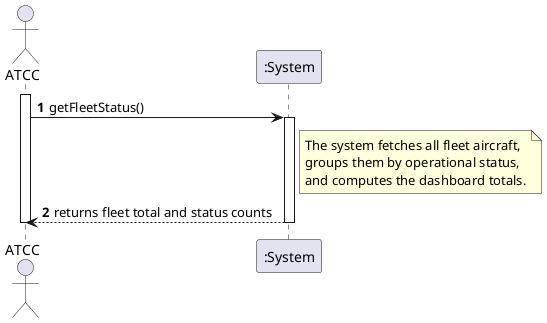
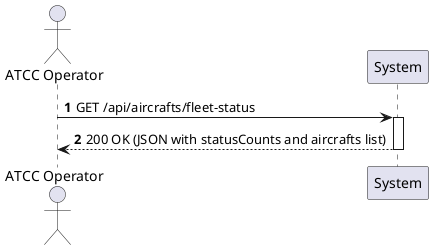
@startuml
autonumber
- actor "ATCC" as ATCC
- participant ":System" as System
+ actor "ATCC Operator" as ATCC
+ participant "System" as System

- activate ATCC
- ATCC -> System : getFleetStatus()
+ ATCC -> System: GET /api/aircrafts/fleet-status
activate System

- note right of System: The system fetches all fleet aircraft,\ngroups them by operational status,\nand computes the dashboard totals.
+ System --> ATCC: 200 OK (JSON with statusCounts and aircrafts list)
+ deactivate System

- System --> ATCC : returns fleet total and status counts
- deactivate System
- deactivate ATCC
@enduml